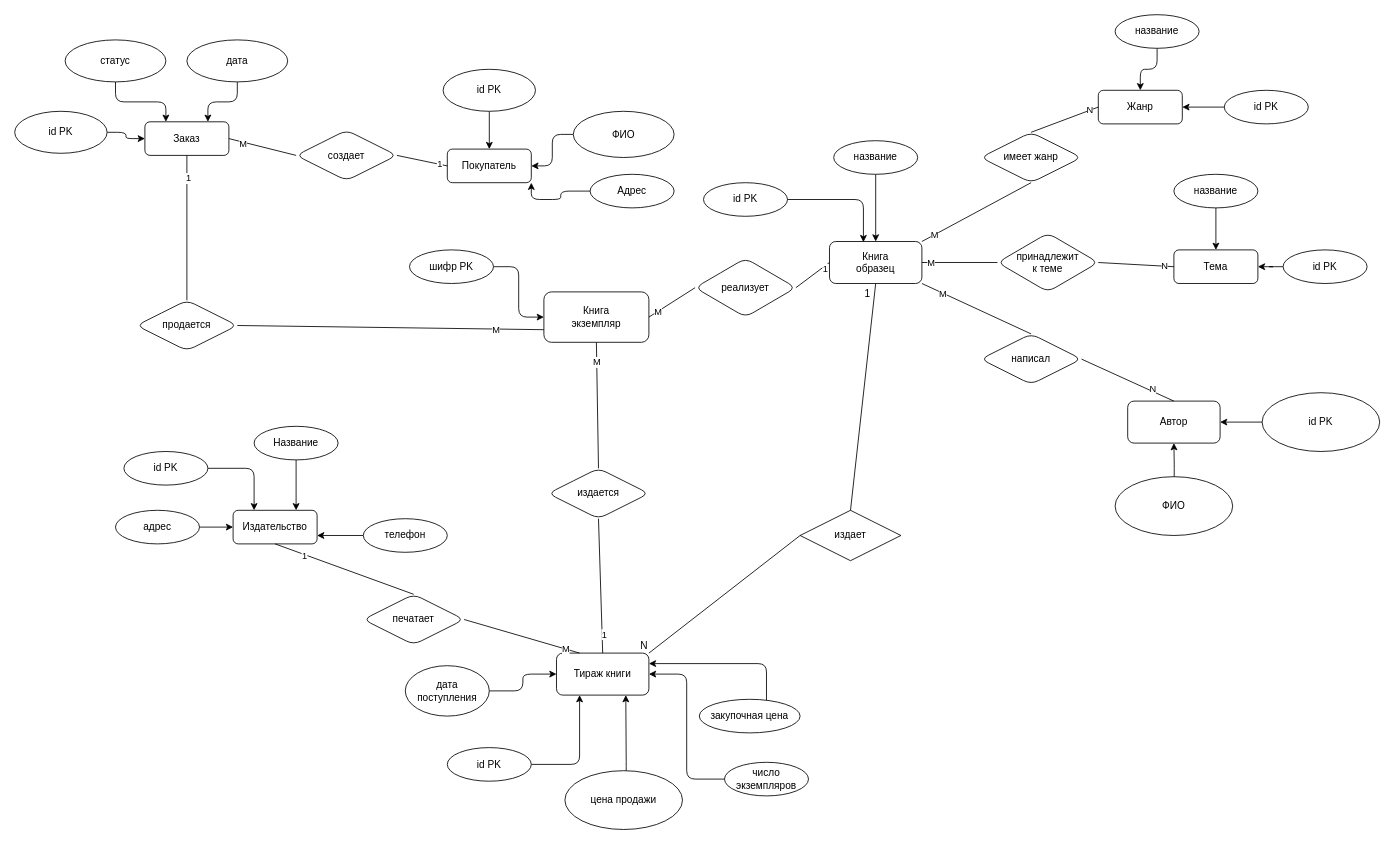
202rna/sql_labs2025 keeps this draw.io diagram as sources/er_diagram.drawio. Above is the earlier version. Source tidied: cells renumbered, new cells numbered last; positions are measured from the earlier drawing's top-left corner, leaving out a move shared by most shapes. Both pictures are drawn from the tidied source at 84%, with x=0, y=0 at pixel (14, 14).
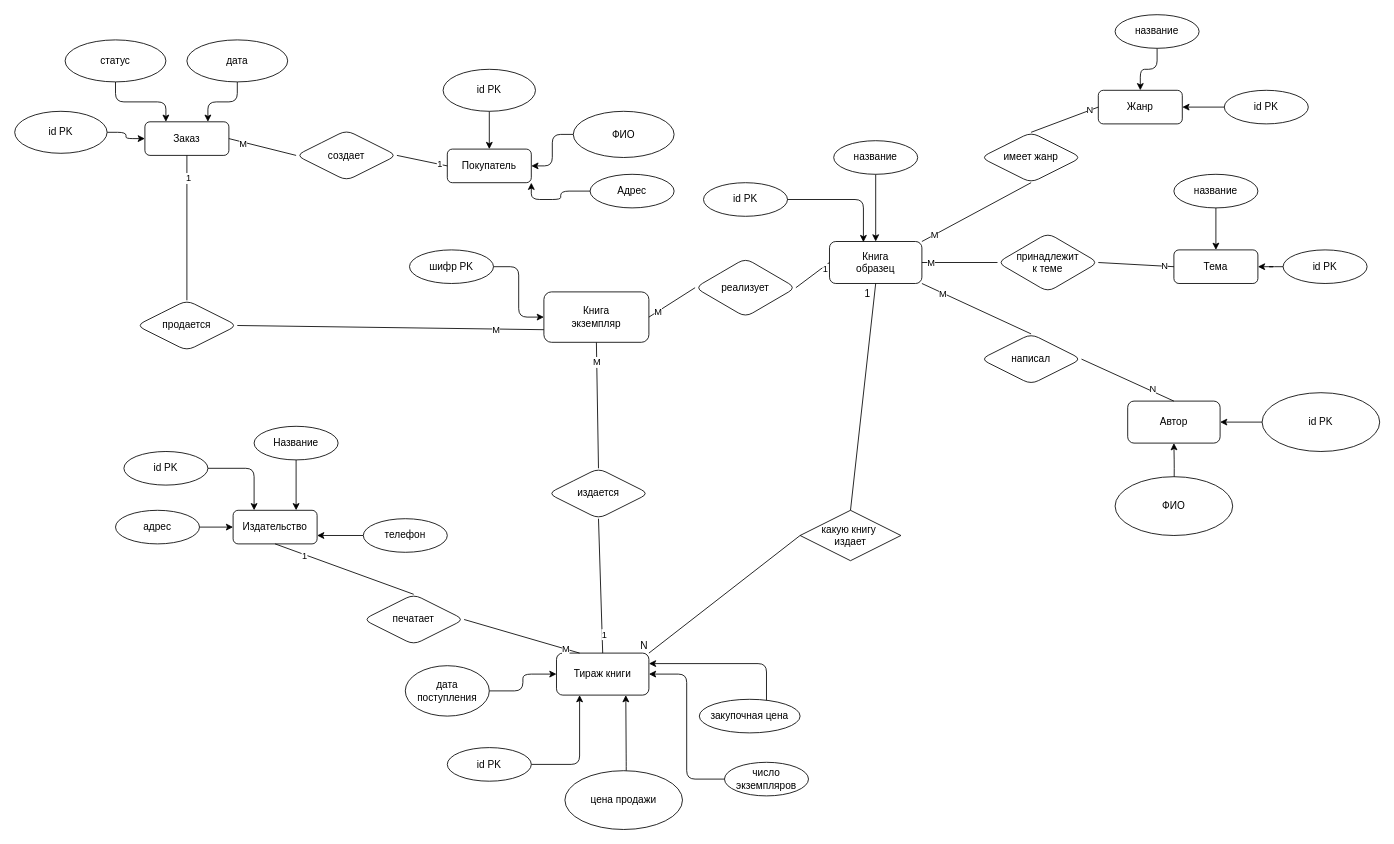
Above is the later version.

What changed in the source:
```diff
@@
-    <mxCell id="99" value="издает" style="shape=rhombus;perimeter=rhombusPerimeter;whiteSpace=wrap;html=1;align=center;" parent="1" vertex="1">
+    <mxCell id="99" value="какую книгу&amp;nbsp;&lt;div&gt;издает&lt;/div&gt;" style="shape=rhombus;perimeter=rhombusPerimeter;whiteSpace=wrap;html=1;align=center;" parent="1" vertex="1">
       <mxGeometry x="935" y="590" width="120" height="60" as="geometry" />
     </mxCell>
```
